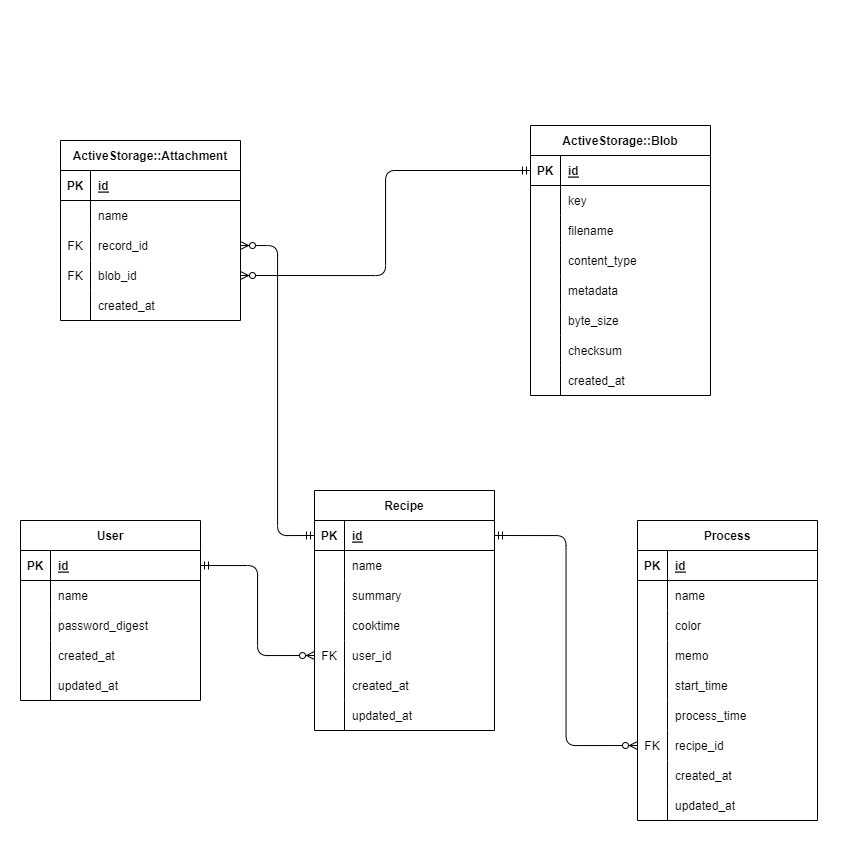
Before: TimeCook_ER.png, a diagram exported from draw.io (yoshihiro-kawabata/TimeCook_defenish). Source tidied: cells renumbered, new cells last; positions are measured from the earlier drawing's top-left corner, leaving out a move shared by most shapes.
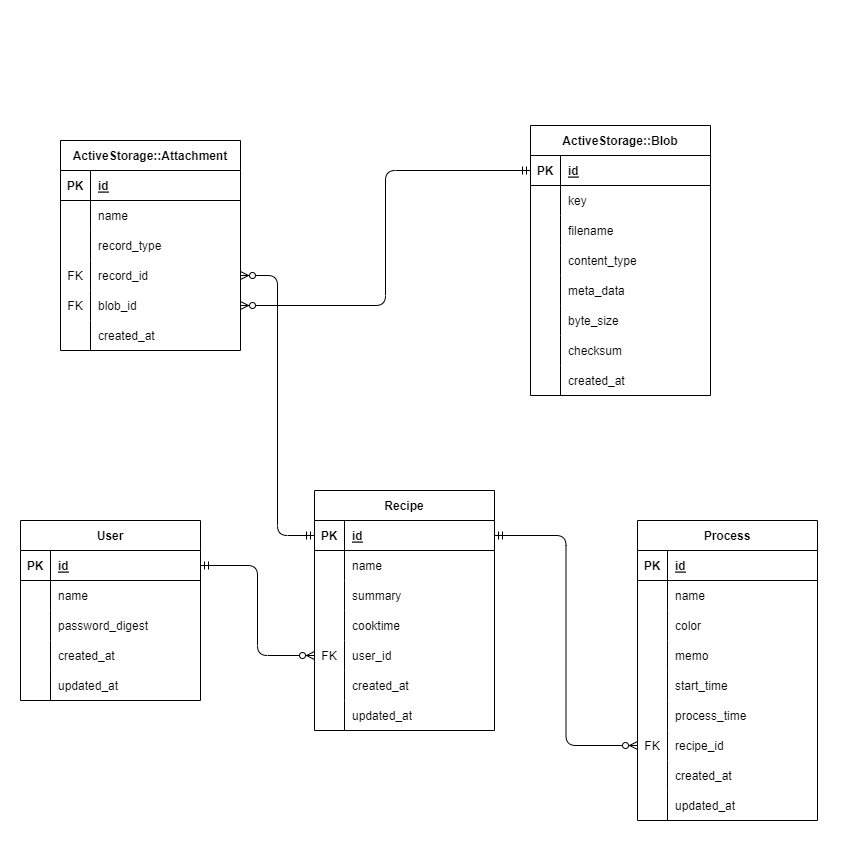
Above is the later version.

What changed in the source:
```diff
@@ -254,7 +254,7 @@
     <mxCell id="85" style="shape=partialRectangle;fillColor=none;top=0;left=0;bottom=0;right=0;overflow=hidden;strokeColor=#000000;fontColor=#000000;" parent="84" vertex="1">
       <mxGeometry width="30" height="30" as="geometry" />
     </mxCell>
-    <mxCell id="86" value="metadata" style="shape=partialRectangle;fillColor=none;top=0;left=0;bottom=0;right=0;align=left;spacingLeft=6;overflow=hidden;strokeColor=#000000;fontColor=#000000;" parent="84" vertex="1">
+    <mxCell id="86" value="meta_data" style="shape=partialRectangle;fillColor=none;top=0;left=0;bottom=0;right=0;align=left;spacingLeft=6;overflow=hidden;strokeColor=#000000;fontColor=#000000;" parent="84" vertex="1">
       <mxGeometry x="30" width="150" height="30" as="geometry" />
     </mxCell>
     <mxCell id="87" style="shape=partialRectangle;fillColor=none;top=0;left=0;bottom=0;right=0;strokeColor=#000000;fontColor=#000000;" parent="71" vertex="1">
@@ -285,7 +285,7 @@
       <mxGeometry x="30" width="150" height="30" as="geometry" />
     </mxCell>
     <mxCell id="96" value="ActiveStorage::Attachment" style="shape=table;startSize=30;rowLines=0;fontStyle=1;align=center;strokeColor=#000000;fontColor=#000000;fillColor=none;" parent="1" vertex="1">
-      <mxGeometry x="60" y="140" width="180" height="180" as="geometry" />
+      <mxGeometry x="60" y="140" width="180" height="210" as="geometry" />
     </mxCell>
     <mxCell id="97" style="shape=partialRectangle;fillColor=none;top=0;left=0;bottom=1;right=0;strokeColor=#000000;fontColor=#000000;" parent="96" vertex="1">
       <mxGeometry y="30" width="180" height="30" as="geometry" />
@@ -305,8 +305,17 @@
     <mxCell id="102" value="name" style="shape=partialRectangle;fillColor=none;top=0;left=0;bottom=0;right=0;align=left;spacingLeft=6;overflow=hidden;strokeColor=#000000;fontColor=#000000;" parent="100" vertex="1">
       <mxGeometry x="30" width="150" height="30" as="geometry" />
     </mxCell>
+    <mxCell id="114" style="shape=partialRectangle;fillColor=none;top=0;left=0;bottom=0;right=0;strokeColor=#000000;fontColor=#000000;" parent="96" vertex="1">
+      <mxGeometry y="90" width="180" height="30" as="geometry" />
+    </mxCell>
+    <mxCell id="115" style="shape=partialRectangle;fillColor=none;top=0;left=0;bottom=0;right=0;overflow=hidden;strokeColor=#000000;fontColor=#000000;" parent="114" vertex="1">
+      <mxGeometry width="30" height="30" as="geometry" />
+    </mxCell>
+    <mxCell id="116" value="record_type" style="shape=partialRectangle;fillColor=none;top=0;left=0;bottom=0;right=0;align=left;spacingLeft=6;overflow=hidden;strokeColor=#000000;fontColor=#000000;" parent="114" vertex="1">
+      <mxGeometry x="30" width="150" height="30" as="geometry" />
+    </mxCell>
     <mxCell id="103" style="shape=partialRectangle;fillColor=none;top=0;left=0;bottom=0;right=0;points=[[0,0.5],[1,0.5]];portConstraint=eastwest;strokeColor=#000000;fontColor=#000000;" parent="96" vertex="1">
-      <mxGeometry y="90" width="180" height="30" as="geometry" />
+      <mxGeometry y="120" width="180" height="30" as="geometry" />
     </mxCell>
     <mxCell id="104" value="FK" style="shape=partialRectangle;fillColor=none;top=0;left=0;bottom=0;right=0;overflow=hidden;strokeColor=#000000;fontColor=#000000;" parent="103" vertex="1">
       <mxGeometry width="30" height="30" as="geometry" />
@@ -315,7 +324,7 @@
       <mxGeometry x="30" width="150" height="30" as="geometry" />
     </mxCell>
     <mxCell id="106" style="shape=partialRectangle;fillColor=none;top=0;left=0;bottom=0;right=0;points=[[0,0.5],[1,0.5]];portConstraint=eastwest;strokeColor=#000000;fontColor=#000000;" parent="96" vertex="1">
-      <mxGeometry y="120" width="180" height="30" as="geometry" />
+      <mxGeometry y="150" width="180" height="30" as="geometry" />
     </mxCell>
     <mxCell id="107" value="FK" style="shape=partialRectangle;fillColor=none;top=0;left=0;bottom=0;right=0;overflow=hidden;strokeColor=#000000;fontColor=#000000;" parent="106" vertex="1">
       <mxGeometry width="30" height="30" as="geometry" />
@@ -324,7 +333,7 @@
       <mxGeometry x="30" width="150" height="30" as="geometry" />
     </mxCell>
     <mxCell id="109" style="shape=partialRectangle;fillColor=none;top=0;left=0;bottom=0;right=0;strokeColor=#000000;fontColor=#000000;" parent="96" vertex="1">
-      <mxGeometry y="150" width="180" height="30" as="geometry" />
+      <mxGeometry y="180" width="180" height="30" as="geometry" />
     </mxCell>
     <mxCell id="110" style="shape=partialRectangle;fillColor=none;top=0;left=0;bottom=0;right=0;overflow=hidden;strokeColor=#000000;fontColor=#000000;" parent="109" vertex="1">
       <mxGeometry width="30" height="30" as="geometry" />
```
